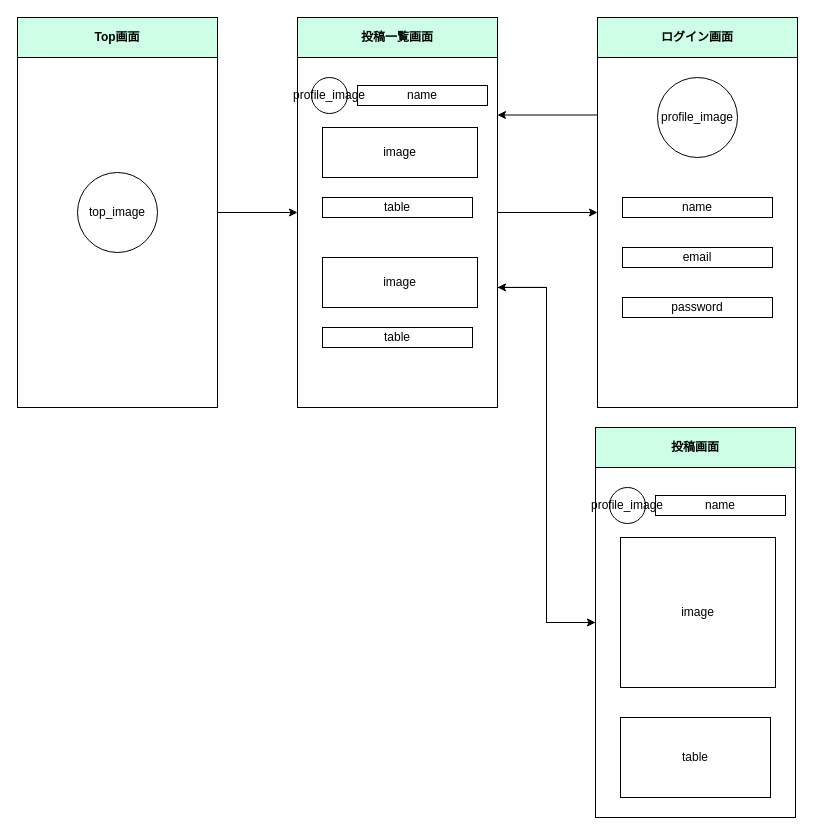
Above: 画面遷移図.drawio in 3582/Swift_portfolio (draw.io), before the change. Source tidied: cells renumbered, new cells numbered last; positions are measured from the earlier drawing's top-left corner, leaving out a move shared by most shapes. Both pictures are drawn from the tidied source at 100%, with x=0, y=0 at pixel (17, 17).
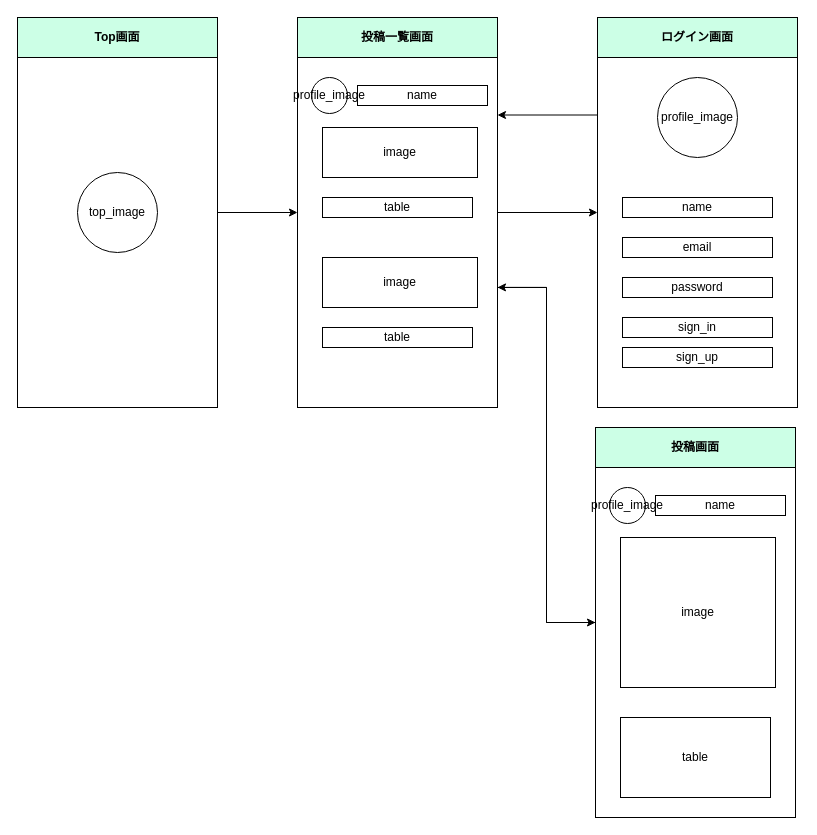
Above is the later version.

Commit message:
画面遷移図.drawio を更新します

Unchanged cells that the change refers to:
```xml
<mxCell id="3" style="group;" parent="2" vertex="1">
  <mxGeometry width="200" height="390" as="geometry" />
</mxCell>
```

What changed in the source:
```diff
@@
     <mxCell id="7" value="email" style="text;html=1;fillColor=none;align=center;verticalAlign=middle;whiteSpace=wrap;rounded=0;strokeColor=#000000;" parent="3" vertex="1">
-      <mxGeometry x="25" y="230" width="150" height="20" as="geometry" />
+      <mxGeometry x="25" y="220" width="150" height="20" as="geometry" />
     </mxCell>
     <mxCell id="8" value="password" style="text;html=1;fillColor=none;align=center;verticalAlign=middle;whiteSpace=wrap;rounded=0;strokeColor=#000000;" parent="3" vertex="1">
-      <mxGeometry x="25" y="280" width="150" height="20" as="geometry" />
+      <mxGeometry x="25" y="260" width="150" height="20" as="geometry" />
     </mxCell>
@@
+    <mxCell id="35" value="sign_in" style="text;html=1;fillColor=none;align=center;verticalAlign=middle;whiteSpace=wrap;rounded=0;strokeColor=#000000;" parent="3" vertex="1">
+      <mxGeometry x="25" y="300" width="150" height="20" as="geometry" />
+    </mxCell>
+    <mxCell id="36" value="sign_up" style="text;html=1;fillColor=none;align=center;verticalAlign=middle;whiteSpace=wrap;rounded=0;strokeColor=#000000;" parent="3" vertex="1">
+      <mxGeometry x="25" y="330" width="150" height="20" as="geometry" />
+    </mxCell>
```
